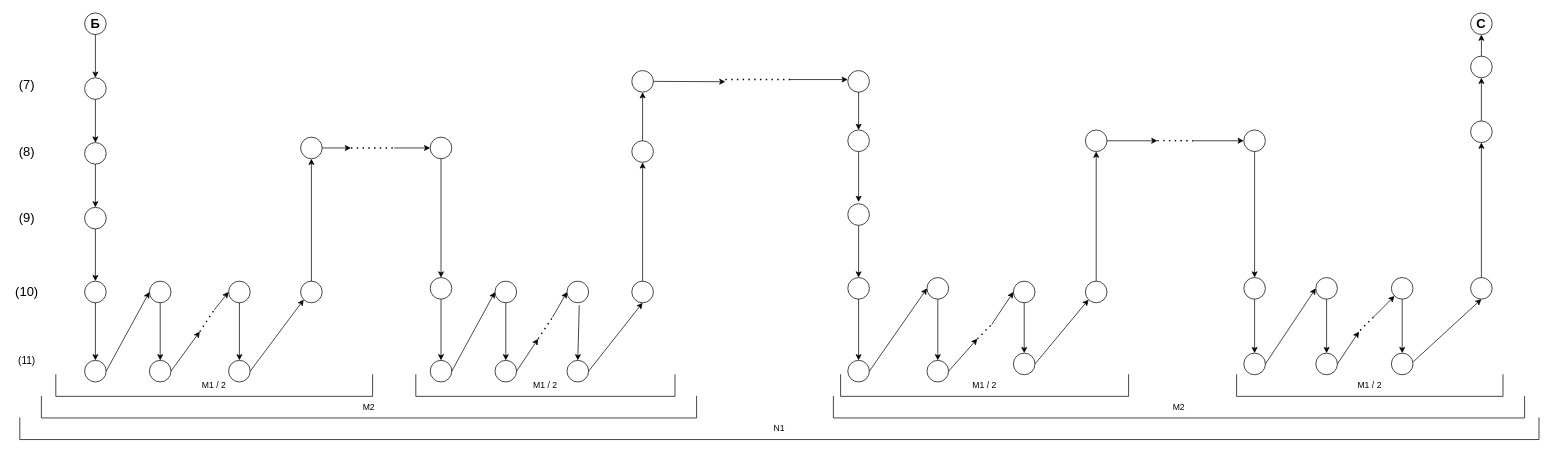
The draw.io diagram page "Page-2" (2 of 3) of homework/oper_history.drawio in mRrvz/bmstu-aa, before the edit. Source tidied: cells renumbered, new cells numbered last; positions are measured from the earlier drawing's top-left corner, leaving out a move shared by most shapes. Both pictures are drawn from the tidied source at 72%, with x=0, y=0 at pixel (12, 13).
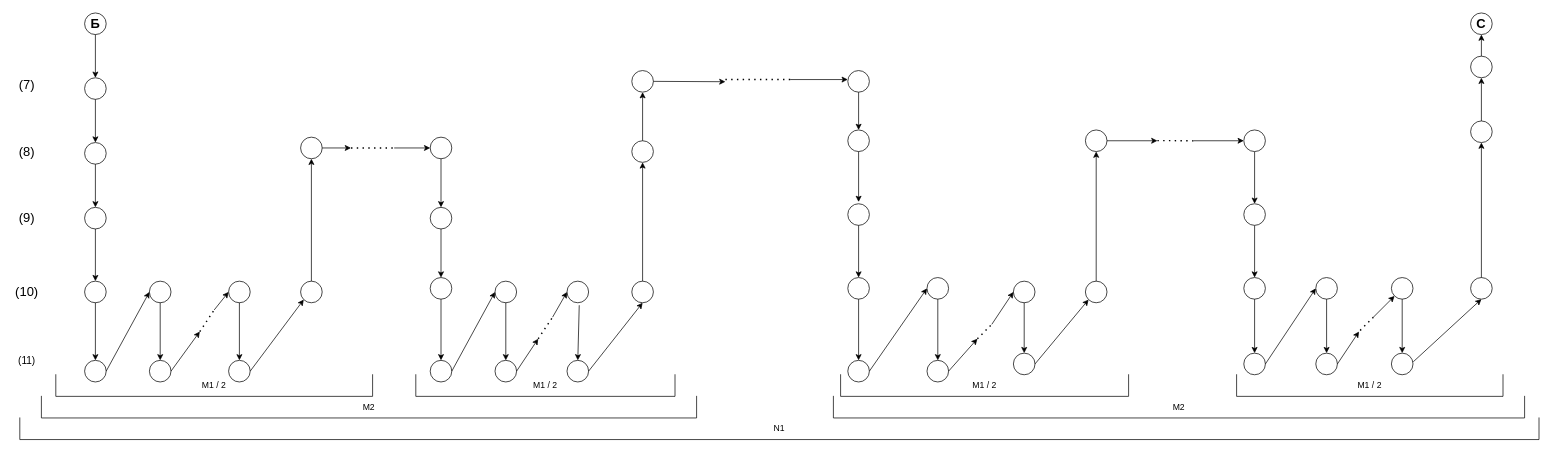
Above is the later version.

The change refers to these unchanged cells:
```xml
<mxCell id="21" style="ellipse;whiteSpace=wrap;html=1;" parent="1" vertex="1">
  <mxGeometry x="580" y="172" width="30" height="30" as="geometry" />
</mxCell>
<mxCell id="22" style="ellipse;whiteSpace=wrap;html=1;" parent="1" vertex="1">
  <mxGeometry x="580" y="367" width="30" height="30" as="geometry" />
</mxCell>
<mxCell id="69" style="ellipse;whiteSpace=wrap;html=1;" parent="1" vertex="1">
  <mxGeometry x="1710" y="162" width="30" height="30" as="geometry" />
</mxCell>
<mxCell id="70" style="ellipse;whiteSpace=wrap;html=1;" parent="1" vertex="1">
  <mxGeometry x="1710" y="367" width="30" height="30" as="geometry" />
</mxCell>
```

Diff of the diagram source:
```diff
@@
+    <mxCell id="115" style="edgeStyle=orthogonalEdgeStyle;rounded=0;jettySize=auto;html=1;exitX=0.5;exitY=1;exitDx=0;exitDy=0;" parent="1" edge="1" source="21" target="118">
+      <mxGeometry relative="1" as="geometry" />
+    </mxCell>
@@
-    <mxCell id="51" style="endArrow=classic;html=1;exitX=0.5;exitY=1;exitDx=0;exitDy=0;entryX=0.5;entryY=0;entryDx=0;entryDy=0;" parent="1" edge="1" source="21" target="22">
-      <mxGeometry relative="1" as="geometry" />
-    </mxCell>
@@
+    <mxCell id="116" style="edgeStyle=orthogonalEdgeStyle;rounded=0;jettySize=auto;html=1;exitX=0.5;exitY=1;exitDx=0;exitDy=0;entryX=0.5;entryY=0;entryDx=0;entryDy=0;" parent="1" edge="1" source="69" target="120">
+      <mxGeometry relative="1" as="geometry" />
+    </mxCell>
@@
-    <mxCell id="93" style="endArrow=classic;html=1;exitX=0.5;exitY=1;exitDx=0;exitDy=0;entryX=0.5;entryY=0;entryDx=0;entryDy=0;" parent="1" edge="1" source="69" target="70">
-      <mxGeometry relative="1" as="geometry" />
-    </mxCell>
@@
+    <mxCell id="117" style="edgeStyle=orthogonalEdgeStyle;rounded=0;jettySize=auto;html=1;exitX=0.5;exitY=1;exitDx=0;exitDy=0;entryX=0.5;entryY=0;entryDx=0;entryDy=0;" parent="1" edge="1" source="118" target="22">
+      <mxGeometry relative="1" as="geometry" />
+    </mxCell>
+    <mxCell id="118" style="ellipse;whiteSpace=wrap;html=1;" parent="1" vertex="1">
+      <mxGeometry x="580" y="269.5" width="30" height="30" as="geometry" />
+    </mxCell>
+    <mxCell id="119" style="edgeStyle=orthogonalEdgeStyle;rounded=0;jettySize=auto;html=1;exitX=0.5;exitY=1;exitDx=0;exitDy=0;entryX=0.5;entryY=0;entryDx=0;entryDy=0;" parent="1" edge="1" source="120" target="70">
+      <mxGeometry relative="1" as="geometry" />
+    </mxCell>
+    <mxCell id="120" style="ellipse;whiteSpace=wrap;html=1;" parent="1" vertex="1">
+      <mxGeometry x="1710" y="264.5" width="30" height="30" as="geometry" />
+    </mxCell>
```
